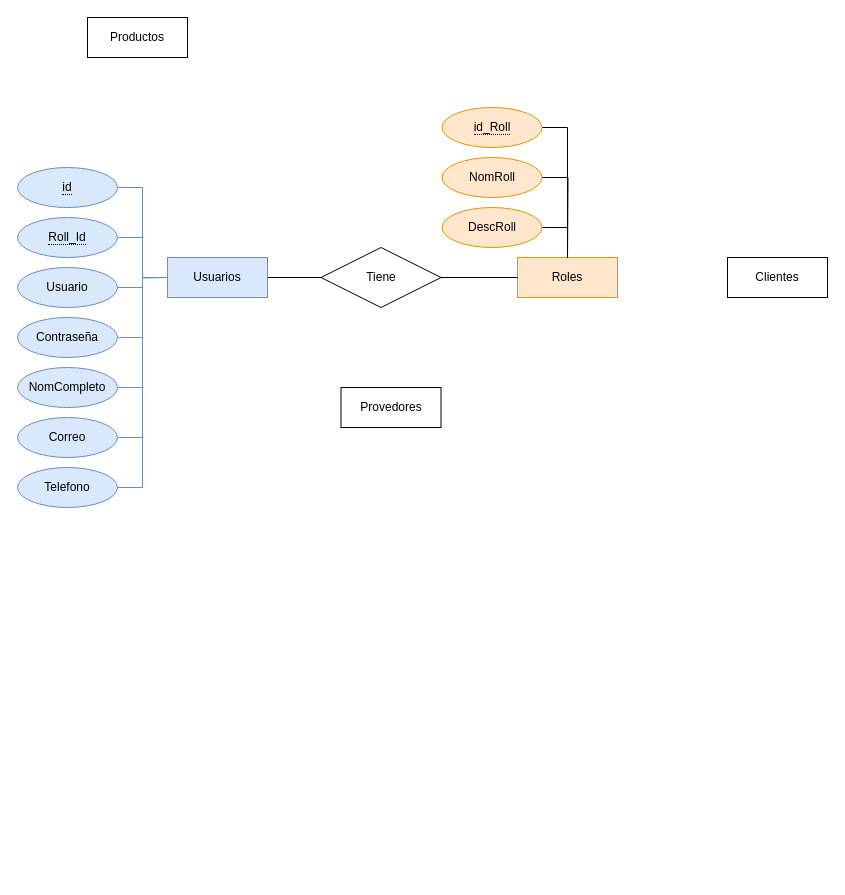
Above: Modelos_Base_de_datos.drawio in JlchavezG/AdminGestor (draw.io), before the change. Source tidied: cells renumbered, new cells numbered last; positions are measured from the earlier drawing's top-left corner, leaving out a move shared by most shapes. Both pictures are drawn from the tidied source at 100%, with x=0, y=0 at pixel (17, 17).
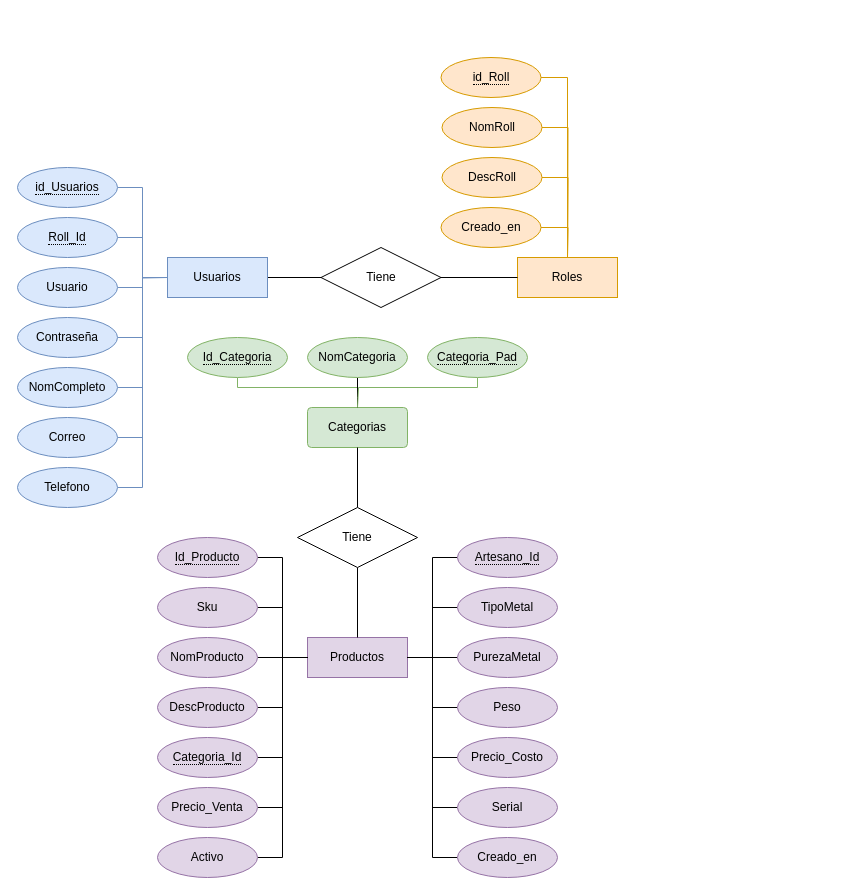
Above is the later version.

Commit message:
entidad_categorias

Unchanged cells that the change refers to:
```xml
<mxCell id="4" value="Roles" style="whiteSpace=wrap;html=1;align=center;fillColor=#ffe6cc;strokeColor=#d79b00;" parent="1" vertex="1">
  <mxGeometry x="500" y="240" width="100" height="40" as="geometry" />
</mxCell>
```

The edit, as a diff of the source:
```diff
@@
-    <mxCell id="5" value="Clientes" style="whiteSpace=wrap;html=1;align=center;" parent="1" vertex="1">
-      <mxGeometry x="710" y="240" width="100" height="40" as="geometry" />
-    </mxCell>
-    <mxCell id="6" value="Provedores" style="whiteSpace=wrap;html=1;align=center;" parent="1" vertex="1">
-      <mxGeometry x="323.5" y="370" width="100" height="40" as="geometry" />
-    </mxCell>
-    <mxCell id="7" value="Productos" style="whiteSpace=wrap;html=1;align=center;" parent="1" vertex="1">
-      <mxGeometry x="70" width="100" height="40" as="geometry" />
+    <mxCell id="7" value="Productos" style="whiteSpace=wrap;html=1;align=center;fillColor=#e1d5e7;strokeColor=#9673a6;" parent="1" vertex="1">
+      <mxGeometry x="290" y="620" width="100" height="40" as="geometry" />
     </mxCell>
@@
-    <mxCell id="9" value="&lt;span style=&quot;border-bottom: 1px dotted&quot;&gt;id&lt;/span&gt;" style="ellipse;whiteSpace=wrap;html=1;align=center;fillColor=#dae8fc;strokeColor=#6c8ebf;" parent="1" vertex="1">
+    <mxCell id="9" value="&lt;span style=&quot;border-bottom: 1px dotted&quot;&gt;id_Usuarios&lt;/span&gt;" style="ellipse;whiteSpace=wrap;html=1;align=center;fillColor=#dae8fc;strokeColor=#6c8ebf;" parent="1" vertex="1">
       <mxGeometry y="150" width="100" height="40" as="geometry" />
     </mxCell>
@@
-    <mxCell id="24" style="edgeStyle=orthogonalEdgeStyle;rounded=0;jettySize=auto;html=1;entryX=0.5;entryY=0;entryDx=0;entryDy=0;exitX=1;exitY=0.5;exitDx=0;exitDy=0;endArrow=none;endFill=0;" parent="1" edge="1" source="25" target="4">
+    <mxCell id="24" style="edgeStyle=orthogonalEdgeStyle;rounded=0;jettySize=auto;html=1;entryX=0.5;entryY=0;entryDx=0;entryDy=0;exitX=1;exitY=0.5;exitDx=0;exitDy=0;endArrow=none;endFill=0;fillColor=#ffe6cc;strokeColor=#d79b00;" parent="1" edge="1" source="25" target="4">
       <mxGeometry relative="1" as="geometry" />
     </mxCell>
     <mxCell id="25" value="&lt;span style=&quot;border-bottom: 1px dotted&quot;&gt;id_Roll&lt;/span&gt;" style="ellipse;whiteSpace=wrap;html=1;align=center;fillColor=#ffe6cc;strokeColor=#d79b00;" parent="1" vertex="1">
-      <mxGeometry x="424.5" y="90" width="100" height="40" as="geometry" />
+      <mxGeometry x="423.5" y="40" width="100" height="40" as="geometry" />
     </mxCell>
-    <mxCell id="26" style="edgeStyle=orthogonalEdgeStyle;rounded=0;jettySize=auto;html=1;endArrow=none;endFill=0;" parent="1" edge="1" source="27">
+    <mxCell id="26" style="edgeStyle=orthogonalEdgeStyle;rounded=0;jettySize=auto;html=1;endArrow=none;endFill=0;fillColor=#ffe6cc;strokeColor=#d79b00;" parent="1" edge="1" source="27">
       <mxGeometry relative="1" as="geometry">
         <mxPoint x="550" y="240" as="targetPoint" />
       </mxGeometry>
     </mxCell>
     <mxCell id="27" value="NomRoll" style="ellipse;whiteSpace=wrap;html=1;align=center;fillColor=#ffe6cc;strokeColor=#d79b00;" parent="1" vertex="1">
-      <mxGeometry x="424.5" y="140" width="100" height="40" as="geometry" />
+      <mxGeometry x="424.5" y="90" width="100" height="40" as="geometry" />
     </mxCell>
-    <mxCell id="28" style="edgeStyle=orthogonalEdgeStyle;rounded=0;jettySize=auto;html=1;exitX=1;exitY=0.5;exitDx=0;exitDy=0;endArrow=none;endFill=0;" parent="1" edge="1" source="29">
+    <mxCell id="28" style="edgeStyle=orthogonalEdgeStyle;rounded=0;jettySize=auto;html=1;exitX=1;exitY=0.5;exitDx=0;exitDy=0;endArrow=none;endFill=0;fillColor=#ffe6cc;strokeColor=#d79b00;" parent="1" edge="1" source="29">
       <mxGeometry relative="1" as="geometry">
         <mxPoint x="550" y="240" as="targetPoint" />
       </mxGeometry>
     </mxCell>
     <mxCell id="29" value="DescRoll" style="ellipse;whiteSpace=wrap;html=1;align=center;fillColor=#ffe6cc;strokeColor=#d79b00;" parent="1" vertex="1">
-      <mxGeometry x="424.5" y="190" width="100" height="40" as="geometry" />
+      <mxGeometry x="424.5" y="140" width="100" height="40" as="geometry" />
     </mxCell>
+    <mxCell id="30" style="edgeStyle=orthogonalEdgeStyle;rounded=0;jettySize=auto;html=1;endArrow=none;endFill=0;fillColor=#ffe6cc;strokeColor=#d79b00;" parent="1" edge="1" source="31">
+      <mxGeometry relative="1" as="geometry">
+        <mxPoint x="550" y="240" as="targetPoint" />
+      </mxGeometry>
+    </mxCell>
+    <mxCell id="31" value="Creado_en" style="ellipse;whiteSpace=wrap;html=1;align=center;fillColor=#ffe6cc;strokeColor=#d79b00;" parent="1" vertex="1">
+      <mxGeometry x="423.5" y="190" width="100" height="40" as="geometry" />
+    </mxCell>
+    <mxCell id="32" style="edgeStyle=orthogonalEdgeStyle;rounded=0;jettySize=auto;html=1;entryX=0;entryY=0.5;entryDx=0;entryDy=0;endArrow=none;endFill=0;" parent="1" edge="1" source="33" target="7">
+      <mxGeometry relative="1" as="geometry" />
+    </mxCell>
+    <mxCell id="33" value="&lt;span style=&quot;border-bottom: 1px dotted&quot;&gt;Id_Producto&lt;/span&gt;" style="ellipse;whiteSpace=wrap;html=1;align=center;fillColor=#e1d5e7;strokeColor=#9673a6;" parent="1" vertex="1">
+      <mxGeometry x="140" y="520" width="100" height="40" as="geometry" />
+    </mxCell>
+    <mxCell id="34" style="edgeStyle=orthogonalEdgeStyle;rounded=0;jettySize=auto;html=1;entryX=0;entryY=0.5;entryDx=0;entryDy=0;endArrow=none;endFill=0;" parent="1" edge="1" source="35" target="7">
+      <mxGeometry relative="1" as="geometry" />
+    </mxCell>
+    <mxCell id="35" value="Sku" style="ellipse;whiteSpace=wrap;html=1;align=center;fillColor=#e1d5e7;strokeColor=#9673a6;" parent="1" vertex="1">
+      <mxGeometry x="140" y="570" width="100" height="40" as="geometry" />
+    </mxCell>
+    <mxCell id="36" style="edgeStyle=orthogonalEdgeStyle;rounded=0;jettySize=auto;html=1;exitX=1;exitY=0.5;exitDx=0;exitDy=0;endArrow=none;endFill=0;" parent="1" edge="1" source="37">
+      <mxGeometry relative="1" as="geometry">
+        <mxPoint x="290" y="640" as="targetPoint" />
+      </mxGeometry>
+    </mxCell>
+    <mxCell id="37" value="NomProducto" style="ellipse;whiteSpace=wrap;html=1;align=center;fillColor=#e1d5e7;strokeColor=#9673a6;" parent="1" vertex="1">
+      <mxGeometry x="140" y="620" width="100" height="40" as="geometry" />
+    </mxCell>
+    <mxCell id="38" style="edgeStyle=orthogonalEdgeStyle;rounded=0;jettySize=auto;html=1;entryX=0;entryY=0.5;entryDx=0;entryDy=0;endArrow=none;endFill=0;" parent="1" edge="1" source="39" target="7">
+      <mxGeometry relative="1" as="geometry" />
+    </mxCell>
+    <mxCell id="39" value="DescProducto" style="ellipse;whiteSpace=wrap;html=1;align=center;fillColor=#e1d5e7;strokeColor=#9673a6;" parent="1" vertex="1">
+      <mxGeometry x="140" y="670" width="100" height="40" as="geometry" />
+    </mxCell>
+    <mxCell id="40" style="edgeStyle=orthogonalEdgeStyle;rounded=0;jettySize=auto;html=1;entryX=0;entryY=0.5;entryDx=0;entryDy=0;endArrow=none;endFill=0;" parent="1" edge="1" source="41" target="7">
+      <mxGeometry relative="1" as="geometry" />
+    </mxCell>
+    <mxCell id="41" value="&lt;span style=&quot;border-bottom: 1px dotted&quot;&gt;Categoria_Id&lt;/span&gt;" style="ellipse;whiteSpace=wrap;html=1;align=center;fillColor=#e1d5e7;strokeColor=#9673a6;" parent="1" vertex="1">
+      <mxGeometry x="140" y="720" width="100" height="40" as="geometry" />
+    </mxCell>
+    <mxCell id="42" style="edgeStyle=orthogonalEdgeStyle;rounded=0;jettySize=auto;html=1;entryX=1;entryY=0.5;entryDx=0;entryDy=0;endArrow=none;endFill=0;" parent="1" edge="1" source="43" target="7">
+      <mxGeometry relative="1" as="geometry" />
+    </mxCell>
+    <mxCell id="43" value="&lt;span style=&quot;border-bottom: 1px dotted&quot;&gt;Artesano_Id&lt;/span&gt;" style="ellipse;whiteSpace=wrap;html=1;align=center;fillColor=#e1d5e7;strokeColor=#9673a6;" parent="1" vertex="1">
+      <mxGeometry x="440" y="520" width="100" height="40" as="geometry" />
+    </mxCell>
+    <mxCell id="44" style="edgeStyle=orthogonalEdgeStyle;rounded=0;jettySize=auto;html=1;entryX=1;entryY=0.5;entryDx=0;entryDy=0;endArrow=none;endFill=0;" parent="1" edge="1" source="45" target="7">
+      <mxGeometry relative="1" as="geometry" />
+    </mxCell>
+    <mxCell id="45" value="TipoMetal" style="ellipse;whiteSpace=wrap;html=1;align=center;fillColor=#e1d5e7;strokeColor=#9673a6;" parent="1" vertex="1">
+      <mxGeometry x="440" y="570" width="100" height="40" as="geometry" />
+    </mxCell>
+    <mxCell id="46" style="edgeStyle=orthogonalEdgeStyle;rounded=0;jettySize=auto;html=1;entryX=1;entryY=0.5;entryDx=0;entryDy=0;endArrow=none;endFill=0;" parent="1" edge="1" source="47" target="7">
+      <mxGeometry relative="1" as="geometry" />
+    </mxCell>
+    <mxCell id="47" value="PurezaMetal" style="ellipse;whiteSpace=wrap;html=1;align=center;fillColor=#e1d5e7;strokeColor=#9673a6;" parent="1" vertex="1">
+      <mxGeometry x="440" y="620" width="100" height="40" as="geometry" />
+    </mxCell>
+    <mxCell id="48" style="edgeStyle=orthogonalEdgeStyle;rounded=0;jettySize=auto;html=1;entryX=1;entryY=0.5;entryDx=0;entryDy=0;endArrow=none;endFill=0;" parent="1" edge="1" source="49" target="7">
+      <mxGeometry relative="1" as="geometry" />
+    </mxCell>
+    <mxCell id="49" value="Peso" style="ellipse;whiteSpace=wrap;html=1;align=center;fillColor=#e1d5e7;strokeColor=#9673a6;" parent="1" vertex="1">
+      <mxGeometry x="440" y="670" width="100" height="40" as="geometry" />
+    </mxCell>
+    <mxCell id="50" style="edgeStyle=orthogonalEdgeStyle;rounded=0;jettySize=auto;html=1;entryX=1;entryY=0.5;entryDx=0;entryDy=0;endArrow=none;endFill=0;" parent="1" edge="1" source="51" target="7">
+      <mxGeometry relative="1" as="geometry" />
+    </mxCell>
+    <mxCell id="51" value="Precio_Costo" style="ellipse;whiteSpace=wrap;html=1;align=center;fillColor=#e1d5e7;strokeColor=#9673a6;" parent="1" vertex="1">
+      <mxGeometry x="440" y="720" width="100" height="40" as="geometry" />
+    </mxCell>
+    <mxCell id="52" style="edgeStyle=orthogonalEdgeStyle;rounded=0;jettySize=auto;html=1;entryX=0;entryY=0.5;entryDx=0;entryDy=0;endArrow=none;endFill=0;" parent="1" edge="1" source="53" target="7">
+      <mxGeometry relative="1" as="geometry" />
+    </mxCell>
+    <mxCell id="53" value="Precio_Venta" style="ellipse;whiteSpace=wrap;html=1;align=center;fillColor=#e1d5e7;strokeColor=#9673a6;" parent="1" vertex="1">
+      <mxGeometry x="140" y="770" width="100" height="40" as="geometry" />
+    </mxCell>
+    <mxCell id="54" style="edgeStyle=orthogonalEdgeStyle;rounded=0;jettySize=auto;html=1;entryX=1;entryY=0.5;entryDx=0;entryDy=0;endArrow=none;endFill=0;" parent="1" edge="1" source="55" target="7">
+      <mxGeometry relative="1" as="geometry" />
+    </mxCell>
+    <mxCell id="55" value="Serial" style="ellipse;whiteSpace=wrap;html=1;align=center;fillColor=#e1d5e7;strokeColor=#9673a6;" parent="1" vertex="1">
+      <mxGeometry x="440" y="770" width="100" height="40" as="geometry" />
+    </mxCell>
+    <mxCell id="56" style="edgeStyle=orthogonalEdgeStyle;rounded=0;jettySize=auto;html=1;entryX=0;entryY=0.5;entryDx=0;entryDy=0;endArrow=none;endFill=0;" parent="1" edge="1" source="57" target="7">
+      <mxGeometry relative="1" as="geometry" />
+    </mxCell>
+    <mxCell id="57" value="Activo" style="ellipse;whiteSpace=wrap;html=1;align=center;fillColor=#e1d5e7;strokeColor=#9673a6;" parent="1" vertex="1">
+      <mxGeometry x="140" y="820" width="100" height="40" as="geometry" />
+    </mxCell>
+    <mxCell id="58" style="edgeStyle=orthogonalEdgeStyle;rounded=0;jettySize=auto;html=1;entryX=1;entryY=0.5;entryDx=0;entryDy=0;endArrow=none;endFill=0;" parent="1" edge="1" source="59" target="7">
+      <mxGeometry relative="1" as="geometry" />
+    </mxCell>
+    <mxCell id="59" value="Creado_en" style="ellipse;whiteSpace=wrap;html=1;align=center;fillColor=#e1d5e7;strokeColor=#9673a6;" parent="1" vertex="1">
+      <mxGeometry x="440" y="820" width="100" height="40" as="geometry" />
+    </mxCell>
+    <mxCell id="60" value="Categorias" style="rounded=1;arcSize=10;whiteSpace=wrap;html=1;align=center;fillColor=#d5e8d4;strokeColor=#82b366;" parent="1" vertex="1">
+      <mxGeometry x="290" y="390" width="100" height="40" as="geometry" />
+    </mxCell>
+    <mxCell id="61" style="edgeStyle=orthogonalEdgeStyle;rounded=0;jettySize=auto;html=1;entryX=0.5;entryY=1;entryDx=0;entryDy=0;endArrow=none;endFill=0;" parent="1" edge="1" source="63" target="60">
+      <mxGeometry relative="1" as="geometry" />
+    </mxCell>
+    <mxCell id="62" style="edgeStyle=orthogonalEdgeStyle;rounded=0;jettySize=auto;html=1;entryX=0.5;entryY=0;entryDx=0;entryDy=0;endArrow=none;endFill=0;" parent="1" edge="1" source="63" target="7">
+      <mxGeometry relative="1" as="geometry" />
+    </mxCell>
+    <mxCell id="63" value="Tiene" style="shape=rhombus;perimeter=rhombusPerimeter;whiteSpace=wrap;html=1;align=center;" parent="1" vertex="1">
+      <mxGeometry x="280" y="490" width="120" height="60" as="geometry" />
+    </mxCell>
+    <mxCell id="64" style="edgeStyle=orthogonalEdgeStyle;rounded=0;jettySize=auto;html=1;entryX=0.5;entryY=0;entryDx=0;entryDy=0;endArrow=none;endFill=0;fillColor=#d5e8d4;strokeColor=#82b366;" parent="1" edge="1" source="65" target="60">
+      <mxGeometry relative="1" as="geometry">
+        <Array as="points">
+          <mxPoint x="220" y="370" />
+          <mxPoint x="340" y="370" />
+        </Array>
+      </mxGeometry>
+    </mxCell>
+    <mxCell id="65" value="&lt;span style=&quot;border-bottom: 1px dotted&quot;&gt;Id_Categoria&lt;/span&gt;" style="ellipse;whiteSpace=wrap;html=1;align=center;fillColor=#d5e8d4;strokeColor=#82b366;" parent="1" vertex="1">
+      <mxGeometry x="170" y="320" width="100" height="40" as="geometry" />
+    </mxCell>
+    <mxCell id="66" style="edgeStyle=orthogonalEdgeStyle;rounded=0;jettySize=auto;html=1;endArrow=none;endFill=0;" parent="1" edge="1" source="67">
+      <mxGeometry relative="1" as="geometry">
+        <mxPoint x="340" y="390" as="targetPoint" />
+      </mxGeometry>
+    </mxCell>
+    <mxCell id="67" value="NomCategoria" style="ellipse;whiteSpace=wrap;html=1;align=center;fillColor=#d5e8d4;strokeColor=#82b366;" parent="1" vertex="1">
+      <mxGeometry x="290" y="320" width="100" height="40" as="geometry" />
+    </mxCell>
+    <mxCell id="68" style="edgeStyle=orthogonalEdgeStyle;rounded=0;jettySize=auto;html=1;exitX=0.5;exitY=1;exitDx=0;exitDy=0;endArrow=none;endFill=0;fillColor=#d5e8d4;strokeColor=#82b366;" parent="1" edge="1" source="69">
+      <mxGeometry relative="1" as="geometry">
+        <mxPoint x="340" y="390" as="targetPoint" />
+        <Array as="points">
+          <mxPoint x="460" y="370" />
+          <mxPoint x="341" y="370" />
+        </Array>
+      </mxGeometry>
+    </mxCell>
+    <mxCell id="69" value="&lt;span style=&quot;border-bottom: 1px dotted&quot;&gt;Categoria_Pad&lt;/span&gt;" style="ellipse;whiteSpace=wrap;html=1;align=center;fillColor=#d5e8d4;strokeColor=#82b366;" parent="1" vertex="1">
+      <mxGeometry x="410" y="320" width="100" height="40" as="geometry" />
+    </mxCell>
```
